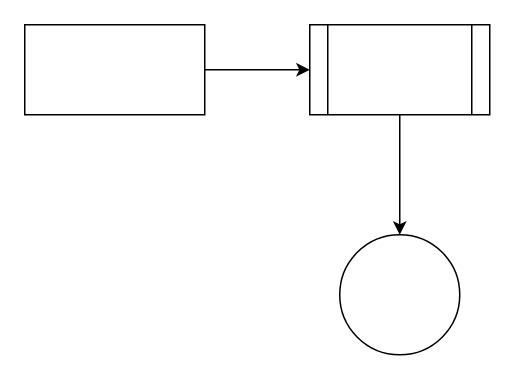
This is Untitled Diagram.drawio from LIiong/Best-memory-is-Notes, a draw.io file, before an edit. Source tidied: cells renumbered, new cells numbered last; positions are measured from the earlier drawing's top-left corner, leaving out a move shared by most shapes. Both pictures are drawn from the tidied source at 150%, with x=0, y=0 at pixel (24, 24).
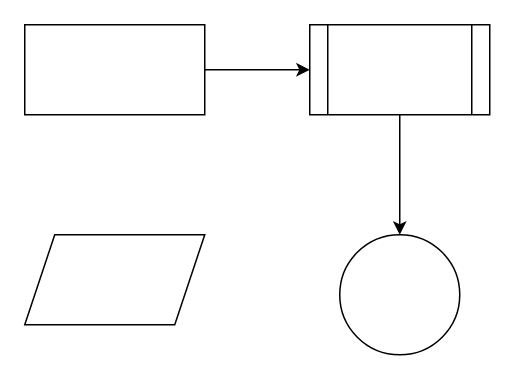
The same page after the edit.

Change to the diagram source:
```diff
@@
 <mxGraphModel>
   <root>
     <mxCell id="0" />
     <mxCell id="1" parent="0" />
     <mxCell id="2" style="edgeStyle=orthogonalEdgeStyle;rounded=0;jettySize=auto;html=1;exitX=1;exitY=0.5;exitDx=0;exitDy=0;entryX=0;entryY=0.5;entryDx=0;entryDy=0;" parent="1" edge="1" source="3" target="5">
       <mxGeometry relative="1" as="geometry" />
     </mxCell>
     <mxCell id="3" style="rounded=0;whiteSpace=wrap;html=1;" parent="1" vertex="1">
       <mxGeometry width="120" height="60" as="geometry" />
     </mxCell>
     <mxCell id="4" style="edgeStyle=orthogonalEdgeStyle;rounded=0;jettySize=auto;html=1;exitX=0.5;exitY=1;exitDx=0;exitDy=0;" parent="1" edge="1" source="5" target="6">
       <mxGeometry relative="1" as="geometry" />
     </mxCell>
     <mxCell id="5" style="shape=process;whiteSpace=wrap;html=1;backgroundOutline=1;" parent="1" vertex="1">
       <mxGeometry x="190" width="120" height="60" as="geometry" />
     </mxCell>
     <mxCell id="6" style="ellipse;whiteSpace=wrap;html=1;" parent="1" vertex="1">
       <mxGeometry x="210" y="140" width="80" height="80" as="geometry" />
     </mxCell>
+    <mxCell id="7" style="shape=parallelogram;perimeter=parallelogramPerimeter;whiteSpace=wrap;html=1;fixedSize=1;" parent="1" vertex="1">
+      <mxGeometry y="140" width="120" height="60" as="geometry" />
+    </mxCell>
   </root>
 </mxGraphModel>
```
